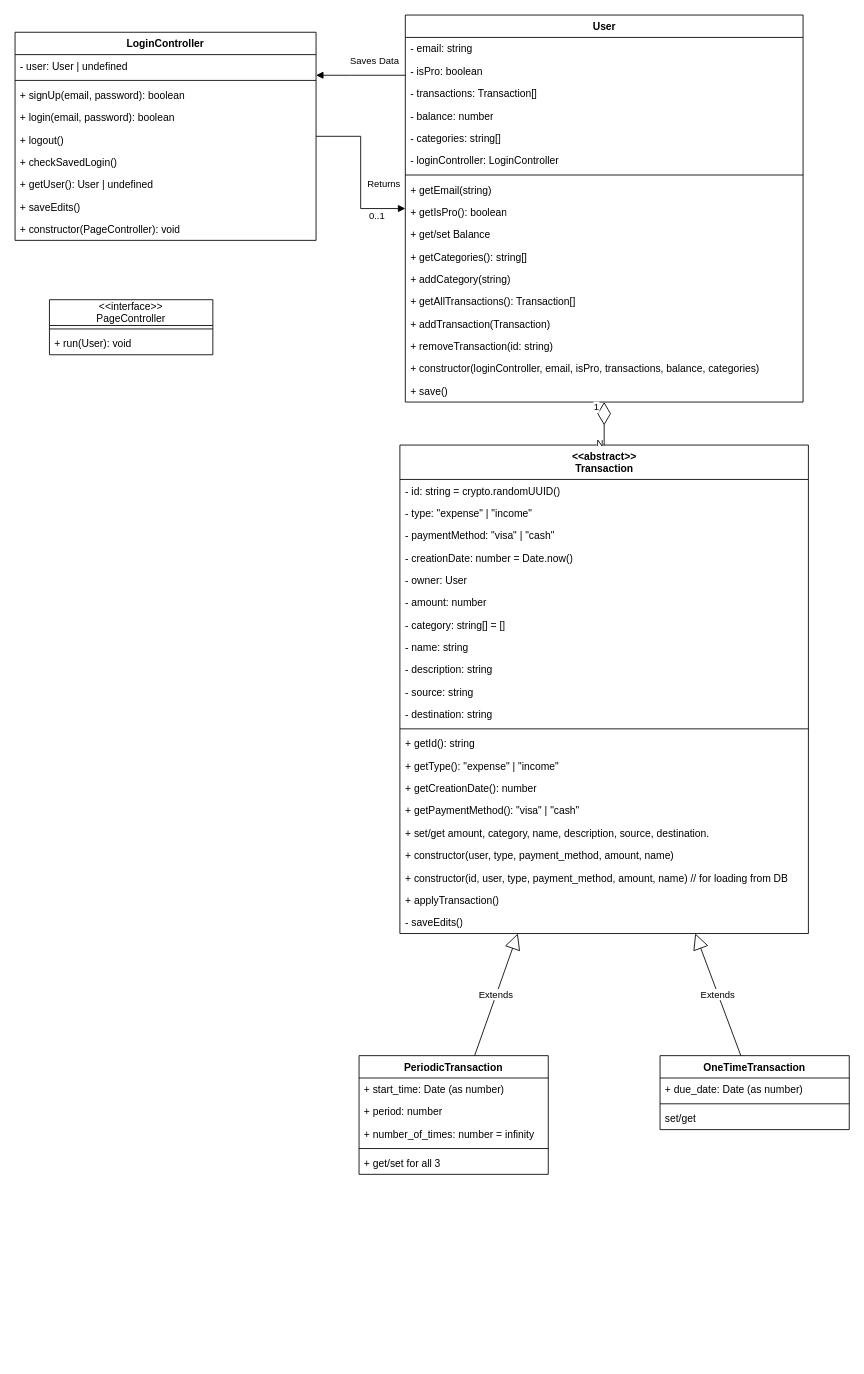
Before: diagrams/ClassDiagram.drawio in Deadreyo/software-project, a draw.io diagram. Source tidied: cells renumbered, new cells numbered last; positions are measured from the earlier drawing's top-left corner, leaving out a move shared by most shapes. Both pictures are drawn from the tidied source at 86%, with x=0, y=0 at pixel (15, 15).
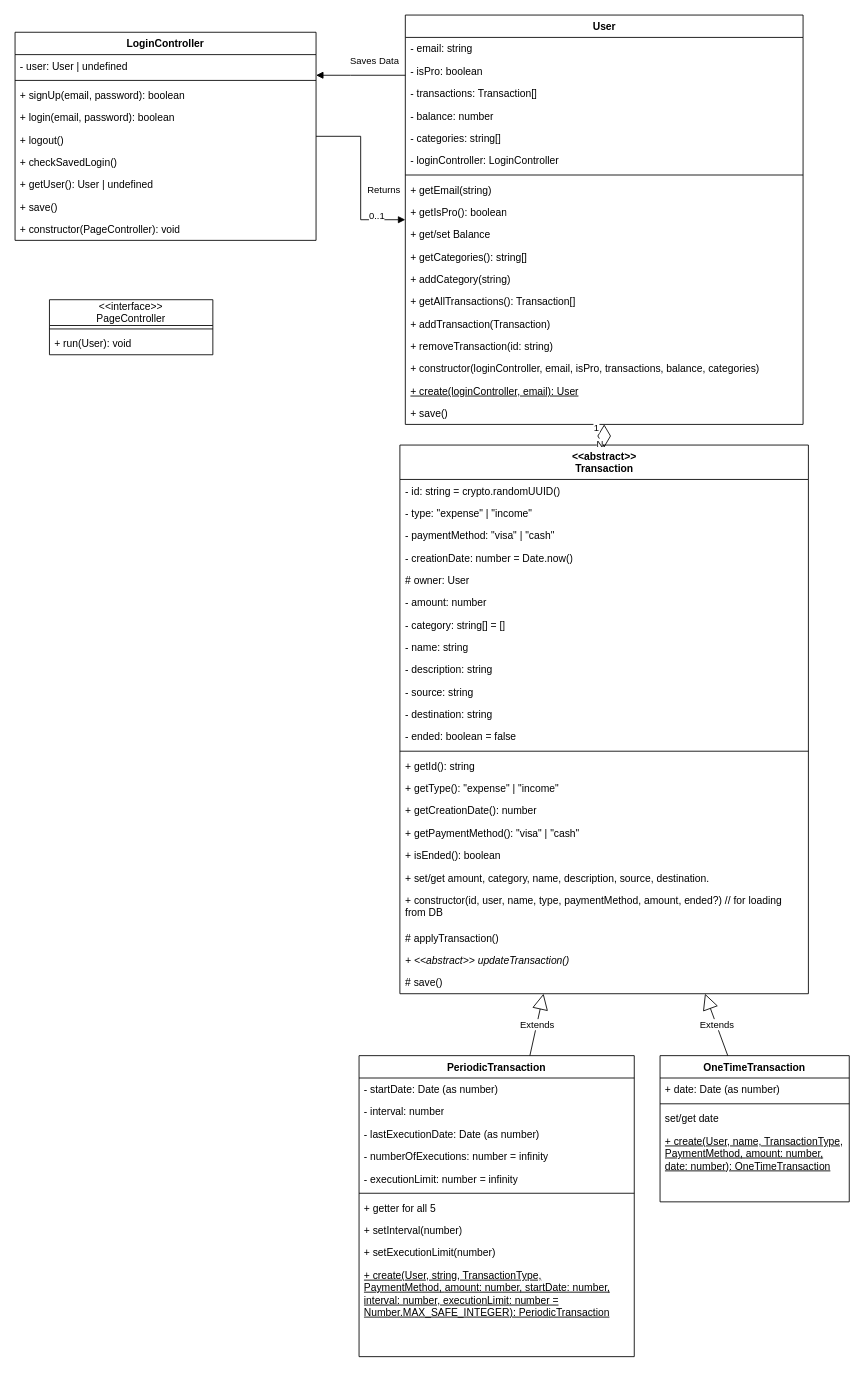
The same diagram, later.

The change refers to these unchanged cells:
```xml
<mxCell id="57" value="LoginController" style="swimlane;fontStyle=1;align=center;verticalAlign=top;horizontal=1;startSize=26;whiteSpace=wrap;html=1;" parent="1" vertex="1">
  <mxGeometry y="20" width="350" height="242" as="geometry" />
</mxCell>
```

Change to the diagram source:
```diff
@@
     <mxCell id="2" value="&amp;lt;&amp;lt;abstract&amp;gt;&amp;gt;&lt;br&gt;Transaction" style="swimlane;fontStyle=1;align=center;verticalAlign=top;horizontal=1;startSize=40;whiteSpace=wrap;html=1;" parent="1" vertex="1">
-      <mxGeometry x="447.5" y="500" width="475" height="568" as="geometry" />
+      <mxGeometry x="447.5" y="500" width="475" height="638" as="geometry" />
     </mxCell>
@@
-    <mxCell id="7" value="- owner: User" style="text;strokeColor=none;fillColor=none;align=left;verticalAlign=top;spacingLeft=4;spacingRight=4;overflow=hidden;whiteSpace=wrap;html=1;" parent="2" vertex="1">
+    <mxCell id="7" value="# owner: User" style="text;strokeColor=none;fillColor=none;align=left;verticalAlign=top;spacingLeft=4;spacingRight=4;overflow=hidden;whiteSpace=wrap;html=1;" parent="2" vertex="1">
       <mxGeometry y="144" width="475" height="26" as="geometry" />
     </mxCell>
@@
+    <mxCell id="73" value="- ended: boolean = false" style="text;strokeColor=none;fillColor=none;align=left;verticalAlign=top;spacingLeft=4;spacingRight=4;overflow=hidden;whiteSpace=wrap;html=1;" parent="2" vertex="1">
+      <mxGeometry y="326" width="475" height="26" as="geometry" />
+    </mxCell>
     <mxCell id="14" style="line;strokeWidth=1;fillColor=none;align=left;verticalAlign=middle;spacingTop=-1;spacingLeft=3;spacingRight=3;labelPosition=right;strokeColor=inherit;" parent="2" vertex="1">
-      <mxGeometry y="326" width="475" height="8" as="geometry" />
+      <mxGeometry y="352" width="475" height="8" as="geometry" />
     </mxCell>
     <mxCell id="15" value="+ getId(): string" style="text;strokeColor=none;fillColor=none;align=left;verticalAlign=top;spacingLeft=4;spacingRight=4;overflow=hidden;whiteSpace=wrap;html=1;" parent="2" vertex="1">
-      <mxGeometry y="334" width="475" height="26" as="geometry" />
+      <mxGeometry y="360" width="475" height="26" as="geometry" />
     </mxCell>
     <mxCell id="16" value="+ getType(): &quot;expense&quot; | &quot;income&quot;" style="text;strokeColor=none;fillColor=none;align=left;verticalAlign=top;spacingLeft=4;spacingRight=4;overflow=hidden;whiteSpace=wrap;html=1;" parent="2" vertex="1">
-      <mxGeometry y="360" width="475" height="26" as="geometry" />
+      <mxGeometry y="386" width="475" height="26" as="geometry" />
     </mxCell>
     <mxCell id="17" value="+ getCreationDate(): number" style="text;strokeColor=none;fillColor=none;align=left;verticalAlign=top;spacingLeft=4;spacingRight=4;overflow=hidden;whiteSpace=wrap;html=1;" parent="2" vertex="1">
-      <mxGeometry y="386" width="475" height="26" as="geometry" />
+      <mxGeometry y="412" width="475" height="26" as="geometry" />
     </mxCell>
     <mxCell id="18" value="+ getPaymentMethod(): &quot;visa&quot; | &quot;cash&quot;" style="text;strokeColor=none;fillColor=none;align=left;verticalAlign=top;spacingLeft=4;spacingRight=4;overflow=hidden;whiteSpace=wrap;html=1;" parent="2" vertex="1">
-      <mxGeometry y="412" width="475" height="26" as="geometry" />
+      <mxGeometry y="438" width="475" height="26" as="geometry" />
     </mxCell>
+    <mxCell id="74" value="+ isEnded(): boolean" style="text;strokeColor=none;fillColor=none;align=left;verticalAlign=top;spacingLeft=4;spacingRight=4;overflow=hidden;whiteSpace=wrap;html=1;" parent="2" vertex="1">
+      <mxGeometry y="464" width="475" height="26" as="geometry" />
+    </mxCell>
     <mxCell id="19" value="+ set/get amount, category, name, description, source, destination." style="text;strokeColor=none;fillColor=none;align=left;verticalAlign=top;spacingLeft=4;spacingRight=4;overflow=hidden;whiteSpace=wrap;html=1;" parent="2" vertex="1">
-      <mxGeometry y="438" width="475" height="26" as="geometry" />
+      <mxGeometry y="490" width="475" height="26" as="geometry" />
     </mxCell>
-    <mxCell id="20" value="+ constructor(user, type, payment_method, amount, name)" style="text;strokeColor=none;fillColor=none;align=left;verticalAlign=top;spacingLeft=4;spacingRight=4;overflow=hidden;whiteSpace=wrap;html=1;" parent="2" vertex="1">
-      <mxGeometry y="464" width="475" height="26" as="geometry" />
-    </mxCell>
-    <mxCell id="21" value="+ constructor(id, user, type, payment_method, amount, name) // for loading from DB" style="text;strokeColor=none;fillColor=none;align=left;verticalAlign=top;spacingLeft=4;spacingRight=4;overflow=hidden;whiteSpace=wrap;html=1;" parent="2" vertex="1">
-      <mxGeometry y="490" width="475" height="26" as="geometry" />
+    <mxCell id="21" value="+ constructor(id, user, name, type, paymentMethod, amount, ended?) // for loading from DB" style="text;strokeColor=none;fillColor=none;align=left;verticalAlign=top;spacingLeft=4;spacingRight=4;overflow=hidden;whiteSpace=wrap;html=1;" parent="2" vertex="1">
+      <mxGeometry y="516" width="475" height="44" as="geometry" />
     </mxCell>
-    <mxCell id="22" value="+ applyTransaction()" style="text;strokeColor=none;fillColor=none;align=left;verticalAlign=top;spacingLeft=4;spacingRight=4;overflow=hidden;whiteSpace=wrap;html=1;" parent="2" vertex="1">
-      <mxGeometry y="516" width="475" height="26" as="geometry" />
+    <mxCell id="22" value="# applyTransaction()" style="text;strokeColor=none;fillColor=none;align=left;verticalAlign=top;spacingLeft=4;spacingRight=4;overflow=hidden;whiteSpace=wrap;html=1;" parent="2" vertex="1">
+      <mxGeometry y="560" width="475" height="26" as="geometry" />
     </mxCell>
+    <mxCell id="75" value="&lt;i&gt;+ &amp;lt;&amp;lt;abstract&amp;gt;&amp;gt;&amp;nbsp;updateTransaction()&lt;/i&gt;" style="text;strokeColor=none;fillColor=none;align=left;verticalAlign=top;spacingLeft=4;spacingRight=4;overflow=hidden;whiteSpace=wrap;html=1;" parent="2" vertex="1">
+      <mxGeometry y="586" width="475" height="26" as="geometry" />
+    </mxCell>
-    <mxCell id="23" value="- saveEdits()" style="text;strokeColor=none;fillColor=none;align=left;verticalAlign=top;spacingLeft=4;spacingRight=4;overflow=hidden;whiteSpace=wrap;html=1;" parent="2" vertex="1">
-      <mxGeometry y="542" width="475" height="26" as="geometry" />
+    <mxCell id="23" value="# save()" style="text;strokeColor=none;fillColor=none;align=left;verticalAlign=top;spacingLeft=4;spacingRight=4;overflow=hidden;whiteSpace=wrap;html=1;" parent="2" vertex="1">
+      <mxGeometry y="612" width="475" height="26" as="geometry" />
     </mxCell>
     <mxCell id="24" value="User" style="swimlane;fontStyle=1;align=center;verticalAlign=top;horizontal=1;startSize=26;whiteSpace=wrap;html=1;" parent="1" vertex="1">
-      <mxGeometry x="453.8" width="462.5" height="450" as="geometry" />
+      <mxGeometry x="453.8" width="462.5" height="476" as="geometry" />
     </mxCell>
@@
+    <mxCell id="76" value="&lt;u&gt;+ create(loginController, email): User&lt;/u&gt;" style="text;strokeColor=none;fillColor=none;align=left;verticalAlign=top;spacingLeft=4;spacingRight=4;overflow=hidden;whiteSpace=wrap;html=1;" parent="24" vertex="1">
+      <mxGeometry y="424" width="462.5" height="26" as="geometry" />
+    </mxCell>
     <mxCell id="41" value="+ save&lt;span style=&quot;background-color: initial;&quot;&gt;()&lt;/span&gt;" style="text;strokeColor=none;fillColor=none;align=left;verticalAlign=top;spacingLeft=4;spacingRight=4;overflow=hidden;whiteSpace=wrap;html=1;" parent="24" vertex="1">
-      <mxGeometry y="424" width="462.5" height="26" as="geometry" />
+      <mxGeometry y="450" width="462.5" height="26" as="geometry" />
     </mxCell>
@@
     <mxCell id="45" value="PeriodicTransaction" style="swimlane;fontStyle=1;align=center;verticalAlign=top;horizontal=1;startSize=26;whiteSpace=wrap;html=1;" parent="1" vertex="1">
-      <mxGeometry x="400" y="1210" width="220" height="138" as="geometry" />
+      <mxGeometry x="400" y="1210" width="320" height="350" as="geometry" />
     </mxCell>
-    <mxCell id="46" value="+ start_time: Date (as number)" style="text;strokeColor=none;fillColor=none;align=left;verticalAlign=top;spacingLeft=4;spacingRight=4;overflow=hidden;whiteSpace=wrap;html=1;" parent="45" vertex="1">
-      <mxGeometry y="26" width="220" height="26" as="geometry" />
+    <mxCell id="46" value="- startDate: Date (as number)" style="text;strokeColor=none;fillColor=none;align=left;verticalAlign=top;spacingLeft=4;spacingRight=4;overflow=hidden;whiteSpace=wrap;html=1;" parent="45" vertex="1">
+      <mxGeometry y="26" width="320" height="26" as="geometry" />
     </mxCell>
-    <mxCell id="47" value="+ period: number" style="text;strokeColor=none;fillColor=none;align=left;verticalAlign=top;spacingLeft=4;spacingRight=4;overflow=hidden;whiteSpace=wrap;html=1;" parent="45" vertex="1">
-      <mxGeometry y="52" width="220" height="26" as="geometry" />
+    <mxCell id="47" value="- interval: number" style="text;strokeColor=none;fillColor=none;align=left;verticalAlign=top;spacingLeft=4;spacingRight=4;overflow=hidden;whiteSpace=wrap;html=1;" parent="45" vertex="1">
+      <mxGeometry y="52" width="320" height="26" as="geometry" />
     </mxCell>
+    <mxCell id="77" value="- lastExecutionDate: Date (as number)" style="text;strokeColor=none;fillColor=none;align=left;verticalAlign=top;spacingLeft=4;spacingRight=4;overflow=hidden;whiteSpace=wrap;html=1;" parent="45" vertex="1">
+      <mxGeometry y="78" width="320" height="26" as="geometry" />
+    </mxCell>
+    <mxCell id="78" value="- numberOfExecutions: number = infinity" style="text;strokeColor=none;fillColor=none;align=left;verticalAlign=top;spacingLeft=4;spacingRight=4;overflow=hidden;whiteSpace=wrap;html=1;" parent="45" vertex="1">
+      <mxGeometry y="104" width="320" height="26" as="geometry" />
+    </mxCell>
-    <mxCell id="48" value="+ number_of_times: number = infinity" style="text;strokeColor=none;fillColor=none;align=left;verticalAlign=top;spacingLeft=4;spacingRight=4;overflow=hidden;whiteSpace=wrap;html=1;" parent="45" vertex="1">
-      <mxGeometry y="78" width="220" height="26" as="geometry" />
+    <mxCell id="48" value="- executionLimit: number = infinity" style="text;strokeColor=none;fillColor=none;align=left;verticalAlign=top;spacingLeft=4;spacingRight=4;overflow=hidden;whiteSpace=wrap;html=1;" parent="45" vertex="1">
+      <mxGeometry y="130" width="320" height="26" as="geometry" />
     </mxCell>
     <mxCell id="49" style="line;strokeWidth=1;fillColor=none;align=left;verticalAlign=middle;spacingTop=-1;spacingLeft=3;spacingRight=3;labelPosition=right;strokeColor=inherit;" parent="45" vertex="1">
-      <mxGeometry y="104" width="220" height="8" as="geometry" />
+      <mxGeometry y="156" width="320" height="8" as="geometry" />
     </mxCell>
-    <mxCell id="50" value="+ get/set for all 3" style="text;strokeColor=none;fillColor=none;align=left;verticalAlign=top;spacingLeft=4;spacingRight=4;overflow=hidden;whiteSpace=wrap;html=1;" parent="45" vertex="1">
-      <mxGeometry y="112" width="220" height="26" as="geometry" />
+    <mxCell id="50" value="+ getter for all 5" style="text;strokeColor=none;fillColor=none;align=left;verticalAlign=top;spacingLeft=4;spacingRight=4;overflow=hidden;whiteSpace=wrap;html=1;" parent="45" vertex="1">
+      <mxGeometry y="164" width="320" height="26" as="geometry" />
     </mxCell>
+    <mxCell id="79" value="+ setInterval(number)" style="text;strokeColor=none;fillColor=none;align=left;verticalAlign=top;spacingLeft=4;spacingRight=4;overflow=hidden;whiteSpace=wrap;html=1;" parent="45" vertex="1">
+      <mxGeometry y="190" width="320" height="26" as="geometry" />
+    </mxCell>
+    <mxCell id="80" value="+ setExecutionLimit(number)" style="text;strokeColor=none;fillColor=none;align=left;verticalAlign=top;spacingLeft=4;spacingRight=4;overflow=hidden;whiteSpace=wrap;html=1;" parent="45" vertex="1">
+      <mxGeometry y="216" width="320" height="26" as="geometry" />
+    </mxCell>
+    <mxCell id="81" value="&lt;div&gt;&lt;u&gt;+ create(User, string, TransactionType, PaymentMethod,&amp;nbsp;&lt;span style=&quot;background-color: initial;&quot;&gt;amount: number, startDate: number, interval: number, executionLimit: number = Number.MAX_SAFE_INTEGER&lt;/span&gt;&lt;span style=&quot;background-color: initial;&quot;&gt;): PeriodicTransaction&lt;/span&gt;&lt;/u&gt;&lt;/div&gt;" style="text;strokeColor=none;fillColor=none;align=left;verticalAlign=top;spacingLeft=4;spacingRight=4;overflow=hidden;whiteSpace=wrap;html=1;" parent="45" vertex="1">
+      <mxGeometry y="242" width="320" height="108" as="geometry" />
+    </mxCell>
     <mxCell id="51" value="OneTime&lt;span style=&quot;background-color: initial;&quot;&gt;Transaction&lt;/span&gt;" style="swimlane;fontStyle=1;align=center;verticalAlign=top;horizontal=1;startSize=26;whiteSpace=wrap;html=1;" parent="1" vertex="1">
-      <mxGeometry x="750" y="1210" width="220" height="86" as="geometry" />
+      <mxGeometry x="750" y="1210" width="220" height="170" as="geometry" />
     </mxCell>
-    <mxCell id="52" value="+ due_date: Date (as number)" style="text;strokeColor=none;fillColor=none;align=left;verticalAlign=top;spacingLeft=4;spacingRight=4;overflow=hidden;whiteSpace=wrap;html=1;" parent="51" vertex="1">
+    <mxCell id="52" value="+ date: Date (as number)" style="text;strokeColor=none;fillColor=none;align=left;verticalAlign=top;spacingLeft=4;spacingRight=4;overflow=hidden;whiteSpace=wrap;html=1;" parent="51" vertex="1">
       <mxGeometry y="26" width="220" height="26" as="geometry" />
     </mxCell>
@@
-    <mxCell id="54" value="set/get" style="text;strokeColor=none;fillColor=none;align=left;verticalAlign=top;spacingLeft=4;spacingRight=4;overflow=hidden;whiteSpace=wrap;html=1;" parent="51" vertex="1">
+    <mxCell id="54" value="set/get date" style="text;strokeColor=none;fillColor=none;align=left;verticalAlign=top;spacingLeft=4;spacingRight=4;overflow=hidden;whiteSpace=wrap;html=1;" parent="51" vertex="1">
       <mxGeometry y="60" width="220" height="26" as="geometry" />
     </mxCell>
+    <mxCell id="82" value="&lt;div&gt;&lt;u&gt;+ create(User, name, TransactionType, PaymentMethod,&amp;nbsp;&lt;/u&gt;&lt;u style=&quot;background-color: initial;&quot;&gt;amount: number, date: number&lt;/u&gt;&lt;u style=&quot;background-color: initial;&quot;&gt;): OneTimeTransaction&lt;/u&gt;&lt;/div&gt;" style="text;strokeColor=none;fillColor=none;align=left;verticalAlign=top;spacingLeft=4;spacingRight=4;overflow=hidden;whiteSpace=wrap;html=1;" parent="51" vertex="1">
+      <mxGeometry y="86" width="220" height="84" as="geometry" />
+    </mxCell>
@@
-    <mxCell id="65" value="+ saveEdits()" style="text;strokeColor=none;fillColor=none;align=left;verticalAlign=top;spacingLeft=4;spacingRight=4;overflow=hidden;whiteSpace=wrap;html=1;" parent="57" vertex="1">
+    <mxCell id="65" value="+ save()" style="text;strokeColor=none;fillColor=none;align=left;verticalAlign=top;spacingLeft=4;spacingRight=4;overflow=hidden;whiteSpace=wrap;html=1;" parent="57" vertex="1">
       <mxGeometry y="190" width="350" height="26" as="geometry" />
     </mxCell>
```
